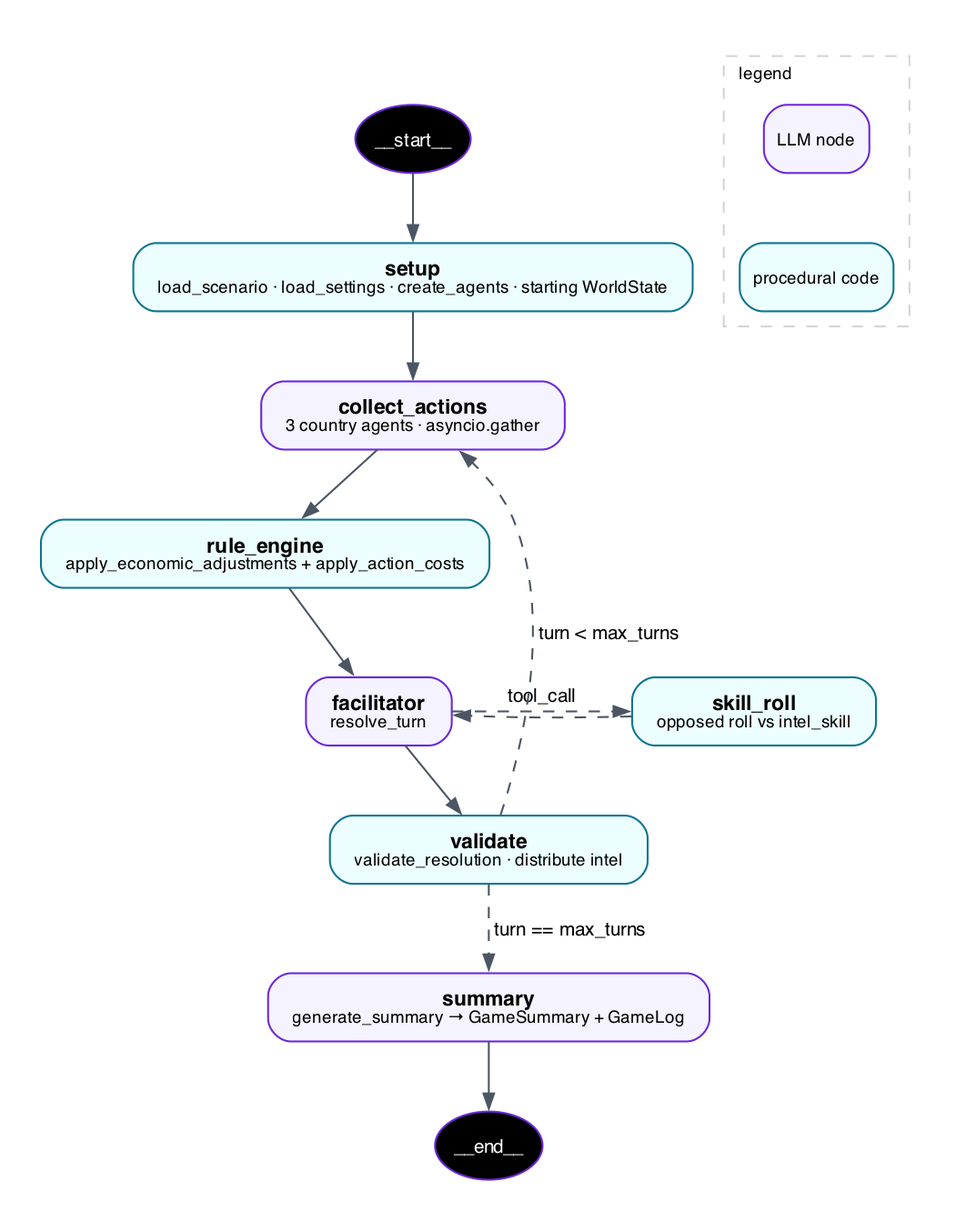
DrEntropy/IslandSim keeps this Graphviz diagram as docs/agent_flow.png. Above is the earlier version. Its source is kept beside it as docs/agent_flow.dot.
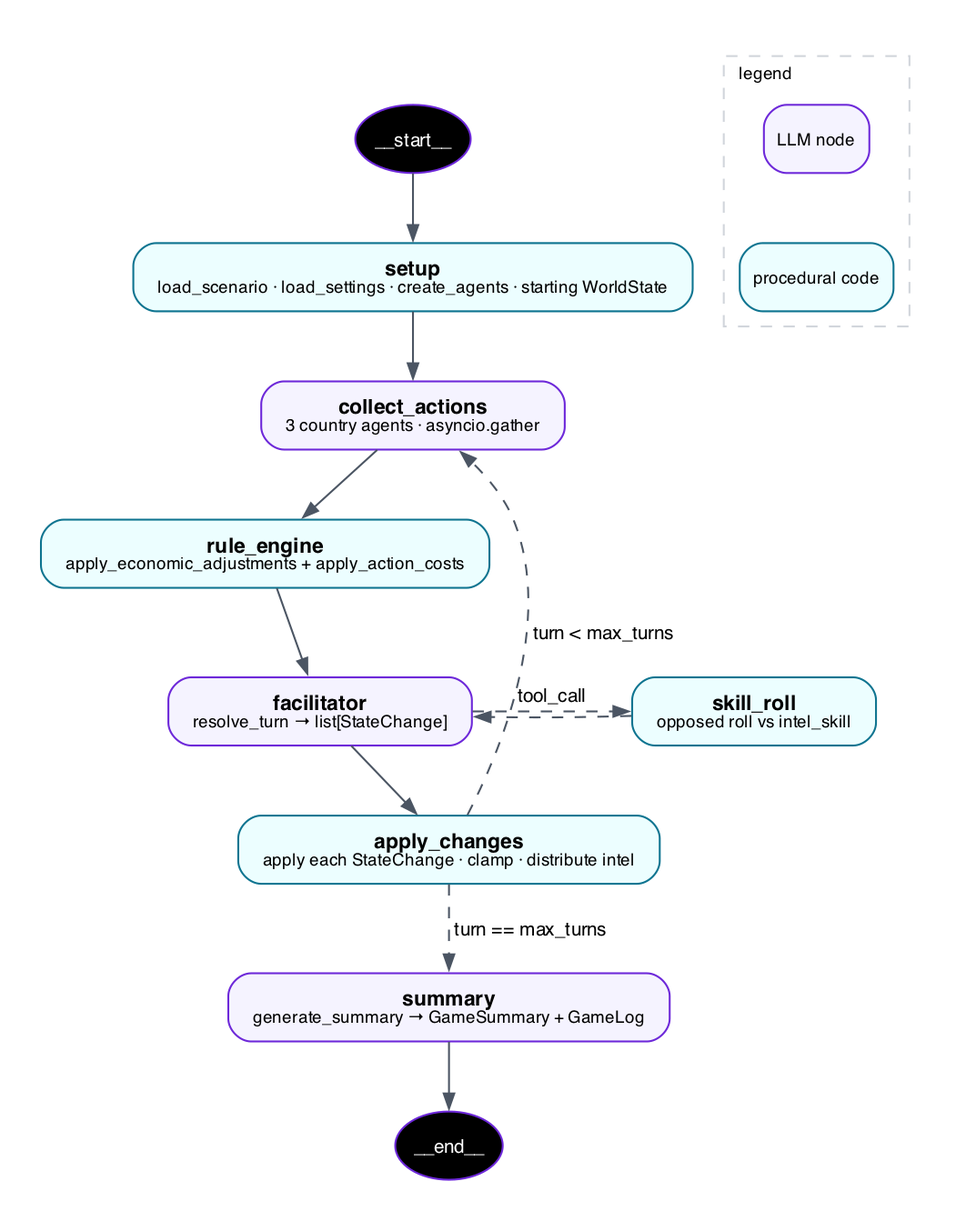
The same diagram one commit later.

What changed in the source:
```diff
@@ -35,12 +35,12 @@
   rules   [label=<<b>rule_engine</b><br/><font point-size="9">apply_economic_adjustments + apply_action_costs</font>>,
            fillcolor="#ecfeff", color="#0e7490"];
 
-  facil   [label=<<b>facilitator</b><br/><font point-size="9">resolve_turn</font>>];
+  facil   [label=<<b>facilitator</b><br/><font point-size="9">resolve_turn → list[StateChange]</font>>];
 
   skill   [label=<<b>skill_roll</b><br/><font point-size="9">opposed roll vs intel_skill</font>>,
            fillcolor="#ecfeff", color="#0e7490"];
 
-  validate [label=<<b>validate</b><br/><font point-size="9">validate_resolution · distribute intel</font>>,
+  validate [label=<<b>apply_changes</b><br/><font point-size="9">apply each StateChange · clamp · distribute intel</font>>,
             fillcolor="#ecfeff", color="#0e7490"];
 
   summary [label=<<b>summary</b><br/><font point-size="9">generate_summary → GameSummary + GameLog</font>>];
```
